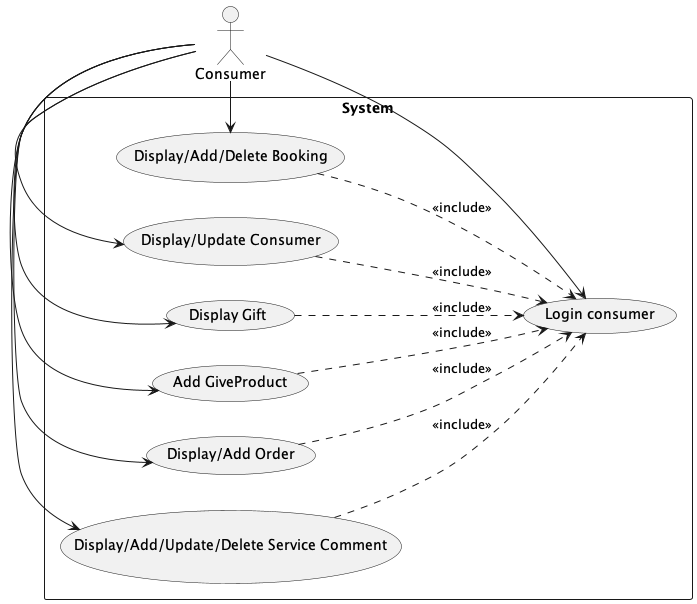
This is Diagrams/UseCase/BeautyLineUseCaseConsumer.png from AlfonsoCiampa/beautyline, a PlantUML export, as it was before one commit. Its diagram source:
```plantuml
@startuml
left to right direction
actor "Consumer"


rectangle System{
	Consumer ->  (Login consumer)
	Consumer -> (Display/Add/Delete Booking)
	(Display/Add/Delete Booking) ..> (Login consumer): <<include>>
	Consumer -> (Display/Update Consumer)
	(Display/Update Consumer) ..> (Login consumer): <<include>>
	Consumer -> (Display Gift)
	(Display Gift) ..> (Login consumer): <<include>>
	Consumer -> (Add GiveProduct)
	(Add GiveProduct) ..> (Login consumer): <<include>>
	Consumer -> (Display/Add Order)
	(Display/Add Order) ..> (Login consumer): <<include>>
	Consumer -> (Display/Add/Update/Delete Service Comment)
	(Display/Add/Update/Delete Service Comment) ..> (Login consumer): <<include>>
}
@enduml
```
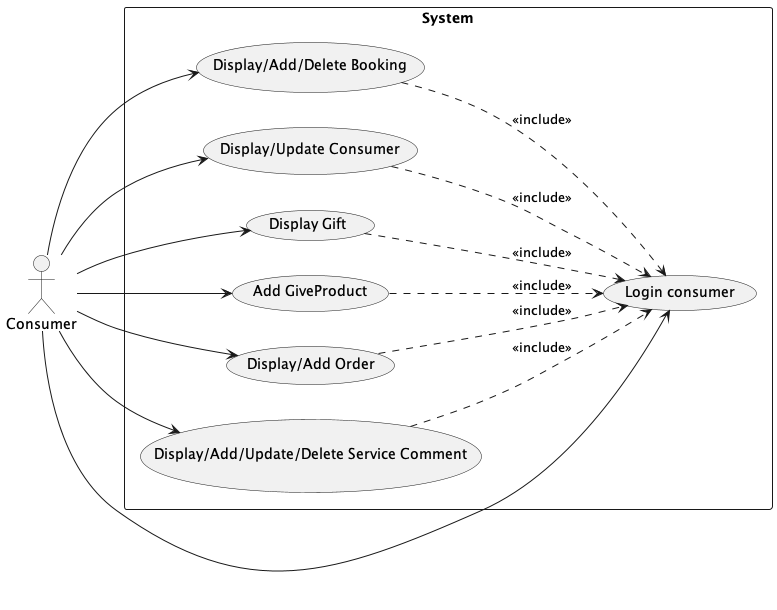
After the commit.

The edit, as a diff of the source:
```diff
@@ -4,18 +4,18 @@
 
 
 rectangle System{
-	Consumer ->  (Login consumer)
-	Consumer -> (Display/Add/Delete Booking)
+	Consumer -down->  (Login consumer)
+	Consumer -down-> (Display/Add/Delete Booking)
 	(Display/Add/Delete Booking) ..> (Login consumer): <<include>>
-	Consumer -> (Display/Update Consumer)
+	Consumer -down-> (Display/Update Consumer)
 	(Display/Update Consumer) ..> (Login consumer): <<include>>
-	Consumer -> (Display Gift)
+	Consumer -down-> (Display Gift)
 	(Display Gift) ..> (Login consumer): <<include>>
-	Consumer -> (Add GiveProduct)
+	Consumer -down-> (Add GiveProduct)
 	(Add GiveProduct) ..> (Login consumer): <<include>>
-	Consumer -> (Display/Add Order)
+	Consumer -down-> (Display/Add Order)
 	(Display/Add Order) ..> (Login consumer): <<include>>
-	Consumer -> (Display/Add/Update/Delete Service Comment)
+	Consumer -down-> (Display/Add/Update/Delete Service Comment)
 	(Display/Add/Update/Delete Service Comment) ..> (Login consumer): <<include>>
 }
 @enduml
```
